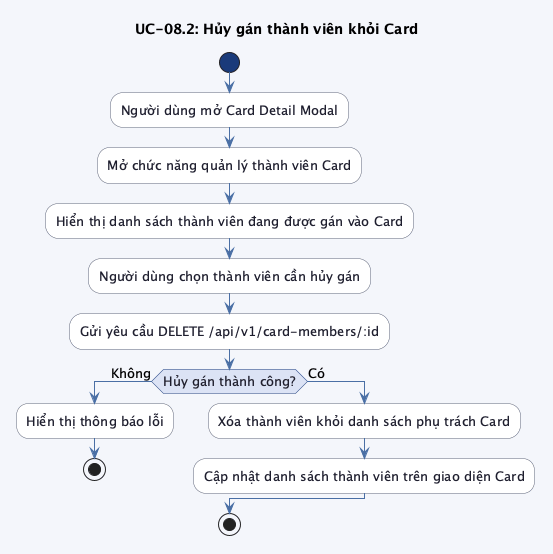
Earlier version of the PlantUML export src/images/chap3/activity_uc08_2.png (trongnhan34vn/trello-report).
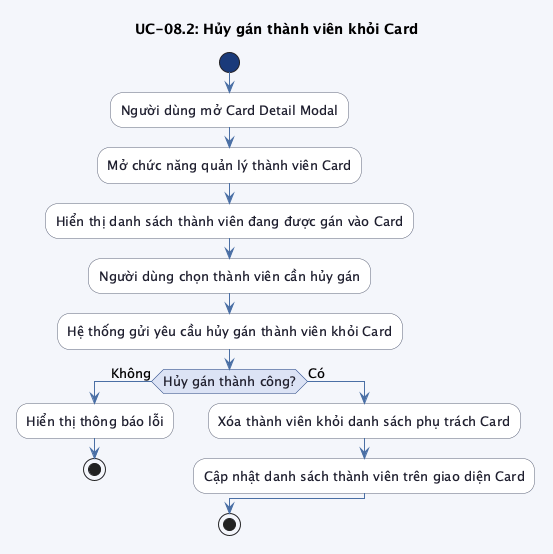
After the change.

The edit, as a diff of the source:
```diff
@@ -23,7 +23,7 @@
 :Mở chức năng quản lý thành viên Card;
 :Hiển thị danh sách thành viên đang được gán vào Card;
 :Người dùng chọn thành viên cần hủy gán;
-:Gửi yêu cầu DELETE /api/v1/card-members/:id;
+:Hệ thống gửi yêu cầu hủy gán thành viên khỏi Card;
 
 if (Hủy gán thành công?) then (Không)
     :Hiển thị thông báo lỗi;
```
